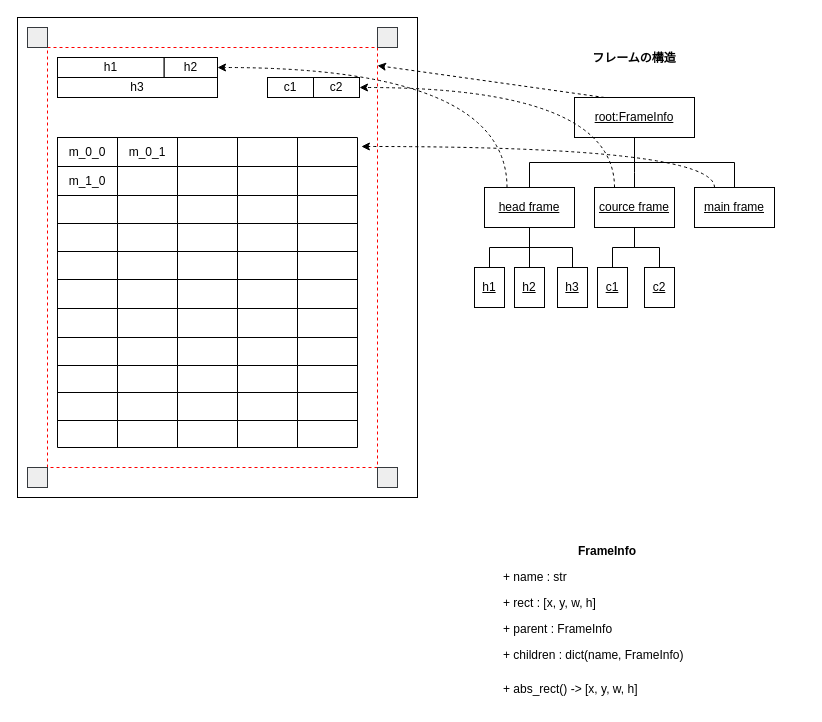
Above: design.drawio in NaooyOki/YasouReportReading (draw.io), before the change. Source tidied: cells renumbered, new cells numbered last; positions are measured from the earlier drawing's top-left corner, leaving out a move shared by most shapes. Both pictures are drawn from the tidied source at 100%, with x=0, y=0 at pixel (17, 17).
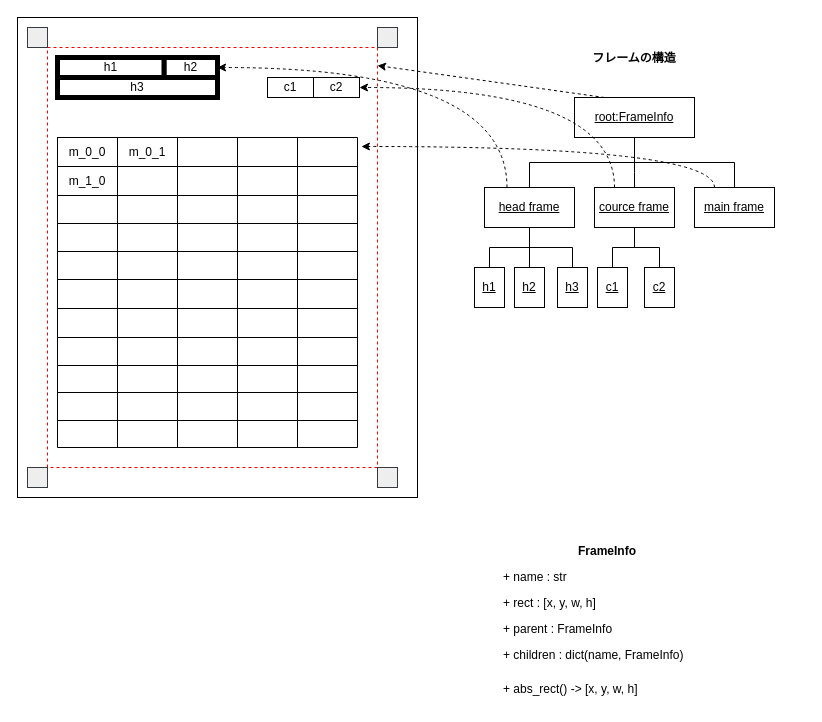
The same diagram, later.

What changed in the source:
```diff
@@
-    <mxCell id="8" style="group;" parent="1" vertex="1">
+    <mxCell id="8" style="group;strokeWidth=5;strokeColor=default;" parent="1" vertex="1">
       <mxGeometry x="40" y="40" width="160" height="40" as="geometry" />
     </mxCell>
-    <mxCell id="9" value="h1" style="rounded=0;whiteSpace=wrap;html=1;" parent="8" vertex="1">
+    <mxCell id="9" value="h1" style="rounded=0;whiteSpace=wrap;html=1;strokeWidth=5;" parent="8" vertex="1">
       <mxGeometry width="106.7" height="20" as="geometry" />
     </mxCell>
-    <mxCell id="10" value="h2" style="rounded=0;whiteSpace=wrap;html=1;" parent="8" vertex="1">
+    <mxCell id="10" value="h2" style="rounded=0;whiteSpace=wrap;html=1;strokeWidth=5;" parent="8" vertex="1">
       <mxGeometry x="106.7" width="53.3" height="20" as="geometry" />
     </mxCell>
-    <mxCell id="11" value="h3" style="rounded=0;whiteSpace=wrap;html=1;" parent="8" vertex="1">
+    <mxCell id="11" value="h3" style="rounded=0;whiteSpace=wrap;html=1;strokeWidth=5;" parent="8" vertex="1">
       <mxGeometry y="20" width="160" height="20" as="geometry" />
     </mxCell>
```
